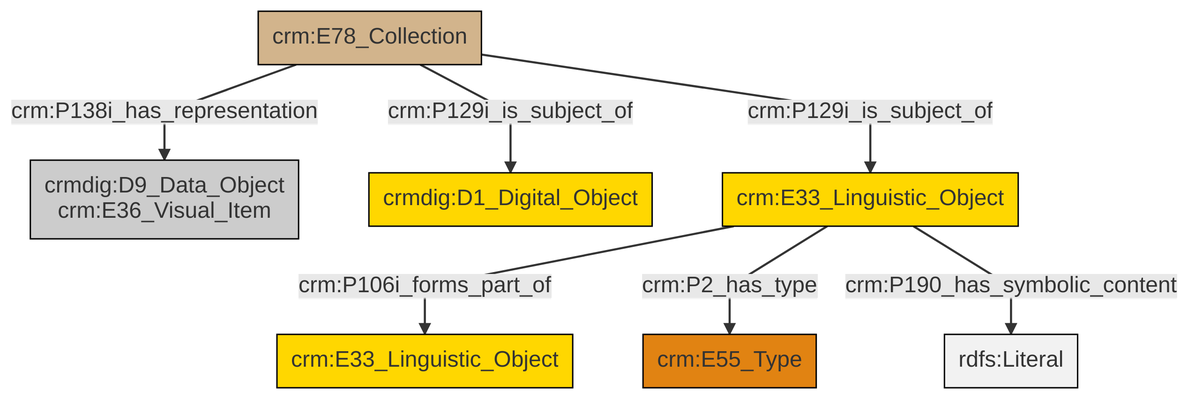
This is et/archivalCSV/ttl/mmd/png/archival_docs.png from swiss-art-research-net/docs.swissartresearch, a Mermaid export, as it was before one commit. Its source is kept beside it as et/archivalCSV/ttl/mmd/archival_docs.ttl.mmd.
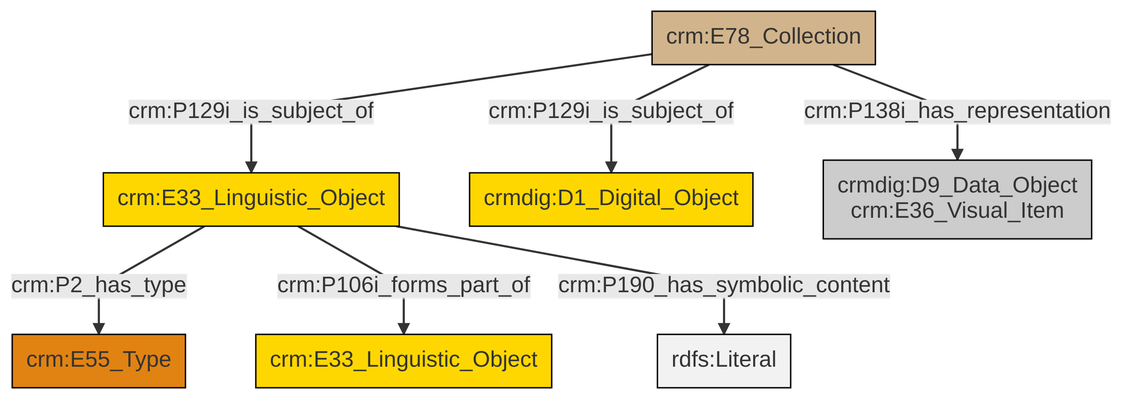
After the commit.

The edit, as a diff of the source:
```diff
@@ -13,9 +13,9 @@
 classDef PC_Classes fill:#4ce600, stroke:#000000;
 classDef Multi fill:#cccccc,stroke:#000000;
 
-6["crm:E78_Collection"]:::Physical_Thing -->|crm:P129i_is_subject_of| 4["crmdig:D1_Digital_Object"]:::Conceptual_Object
-8["crm:E33_Linguistic_Object"]:::Conceptual_Object -->|crm:P106i_forms_part_of| 9["crm:E33_Linguistic_Object"]:::Conceptual_Object
-6["crm:E78_Collection"]:::Physical_Thing -->|crm:P138i_has_representation| 2["crmdig:D9_Data_Object<br>crm:E36_Visual_Item"]:::Multi
-8["crm:E33_Linguistic_Object"]:::Conceptual_Object -->|crm:P2_has_type| 0["crm:E55_Type"]:::Type
-6["crm:E78_Collection"]:::Physical_Thing -->|crm:P129i_is_subject_of| 8["crm:E33_Linguistic_Object"]:::Conceptual_Object
-8["crm:E33_Linguistic_Object"]:::Conceptual_Object -->|crm:P190_has_symbolic_content| 13[rdfs:Literal]:::Literal
+0["crm:E33_Linguistic_Object"]:::Conceptual_Object -->|crm:P2_has_type| 1["crm:E55_Type"]:::Type
+0["crm:E33_Linguistic_Object"]:::Conceptual_Object -->|crm:P106i_forms_part_of| 5["crm:E33_Linguistic_Object"]:::Conceptual_Object
+8["crm:E78_Collection"]:::Physical_Thing -->|crm:P129i_is_subject_of| 0["crm:E33_Linguistic_Object"]:::Conceptual_Object
+8["crm:E78_Collection"]:::Physical_Thing -->|crm:P129i_is_subject_of| 3["crmdig:D1_Digital_Object"]:::Conceptual_Object
+8["crm:E78_Collection"]:::Physical_Thing -->|crm:P138i_has_representation| 6["crmdig:D9_Data_Object<br>crm:E36_Visual_Item"]:::Multi
+0["crm:E33_Linguistic_Object"]:::Conceptual_Object -->|crm:P190_has_symbolic_content| 14[rdfs:Literal]:::Literal
```
